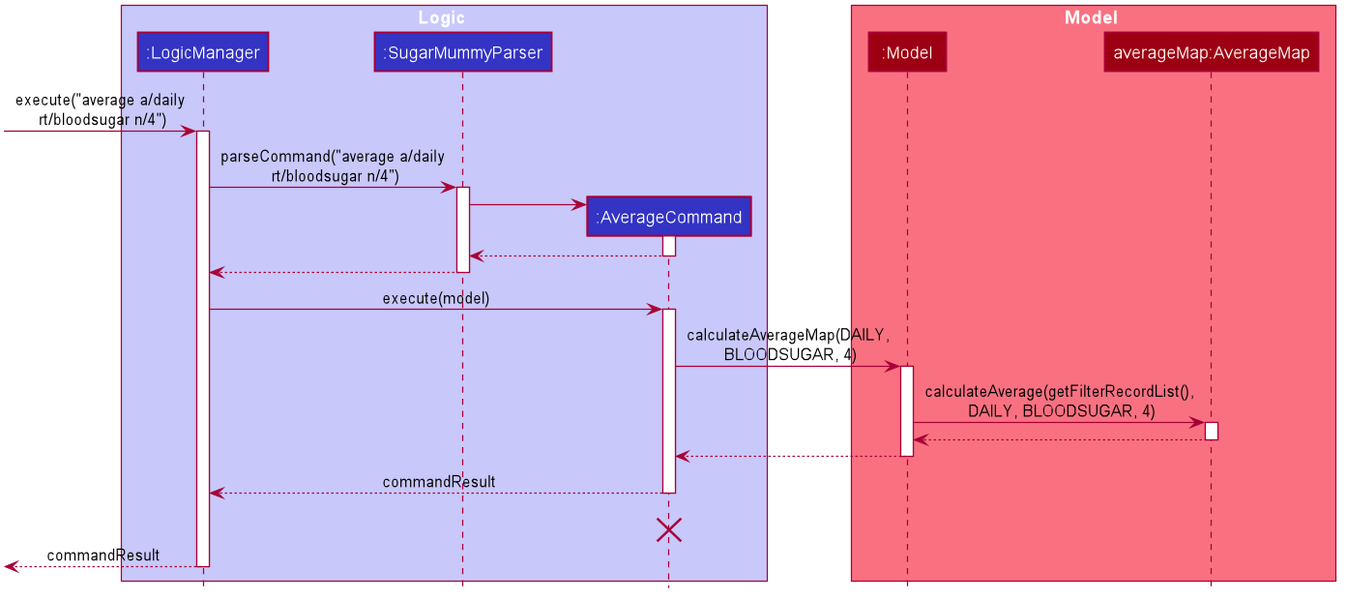
The PlantUML diagram docs/images/AverageSequenceDiagram.png in nus-cs2103-AY1920S1/addressbook-level3, before a commit.
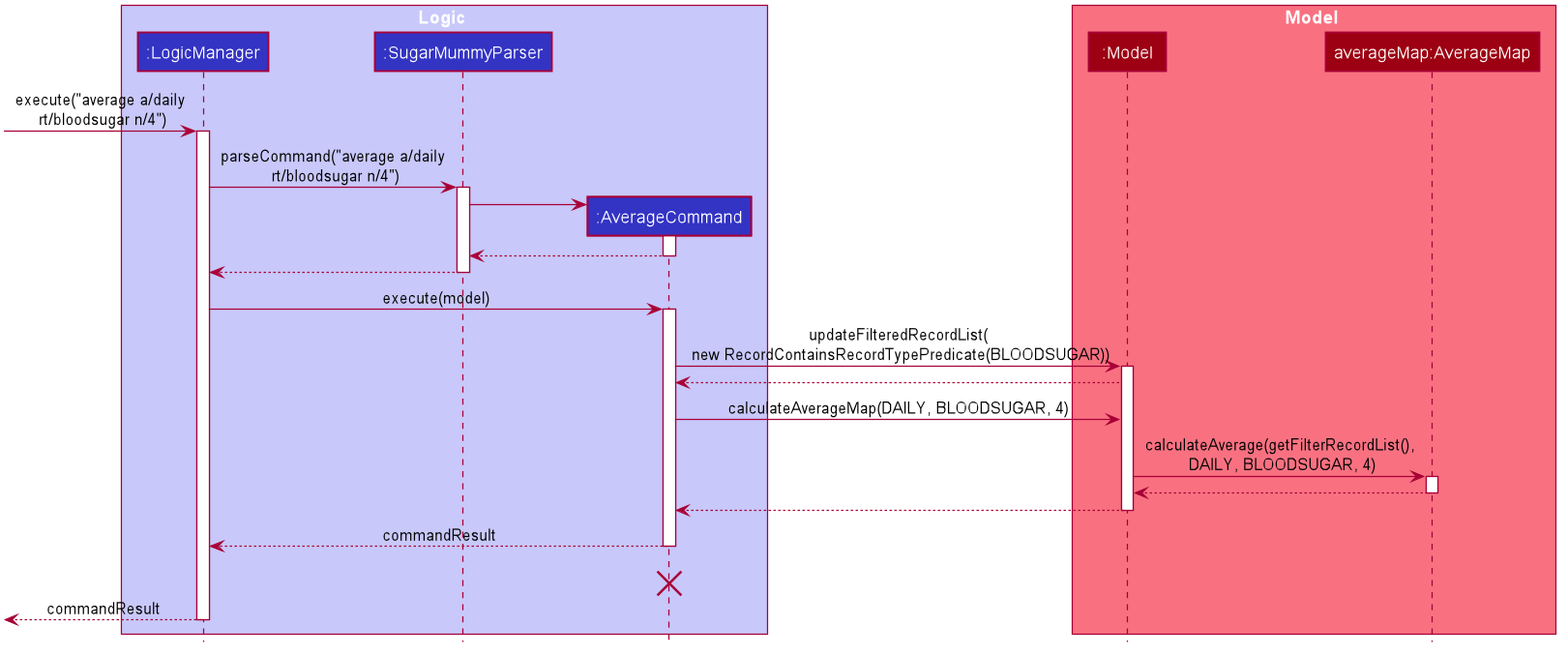
After the change.

What changed in the source:
```diff
@@ -77,8 +77,12 @@
 LogicManager -> AverageCommand : execute(model)
 activate AverageCommand
 
-AverageCommand -> Model : calculateAverageMap(DAILY,\n BLOODSUGAR, 4)
+AverageCommand -> Model : updateFilteredRecordList(\n new RecordContainsRecordTypePredicate(BLOODSUGAR))
 activate Model
+
+Model --> AverageCommand
+
+AverageCommand -> Model : calculateAverageMap(DAILY, BLOODSUGAR, 4)
 
 Model -> AverageMap : calculateAverage(getFilterRecordList(),\n DAILY, BLOODSUGAR, 4)
 activate AverageMap
```
